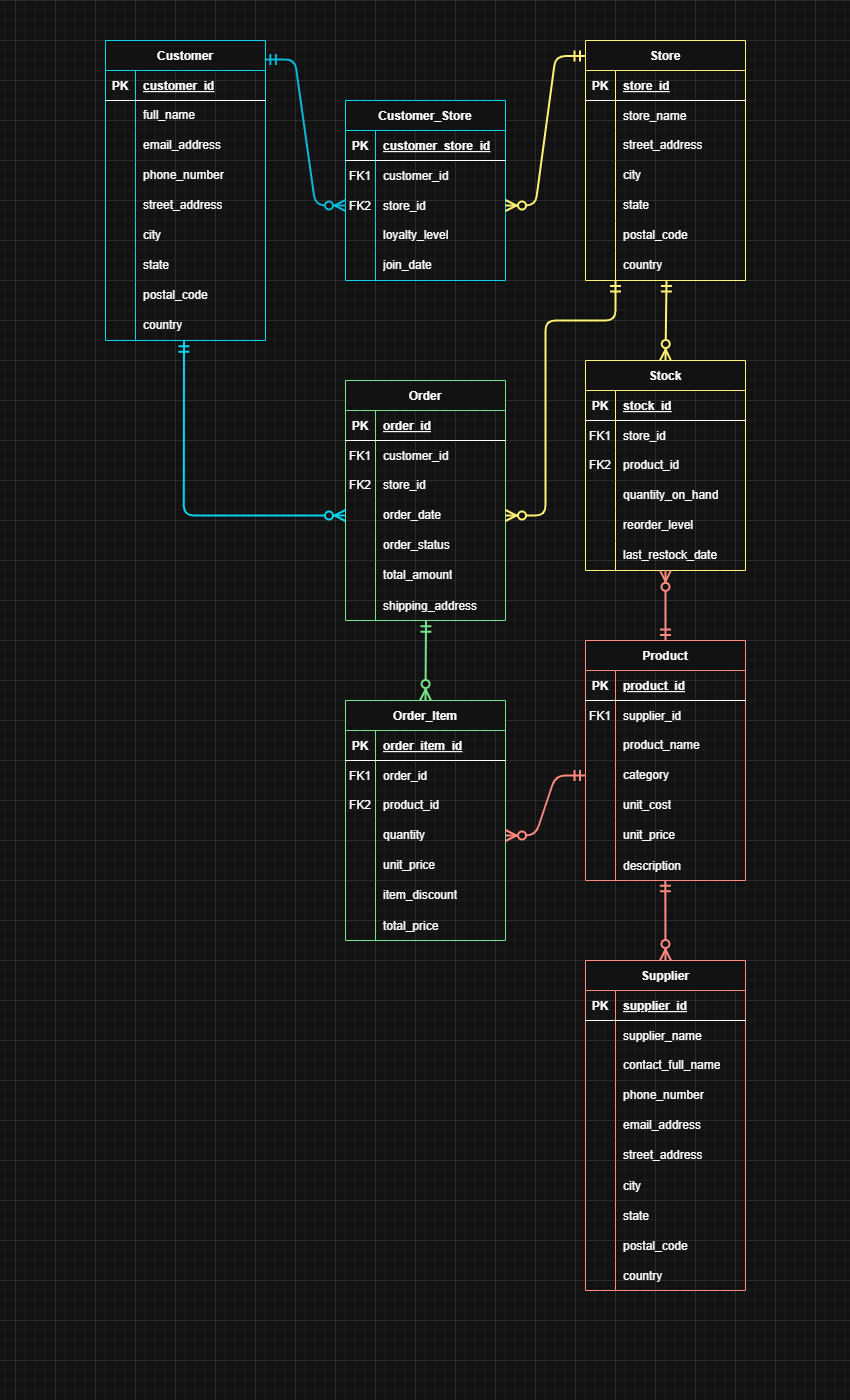
Before: Retail-Insights-Engine/02-Design/Retail_Insights_Engine_ERD.png, a diagram exported from draw.io (thandontsizi/Full-Stack-Projects). Source tidied: cells renumbered, new cells last; positions are measured from the earlier drawing's top-left corner, leaving out a move shared by most shapes.
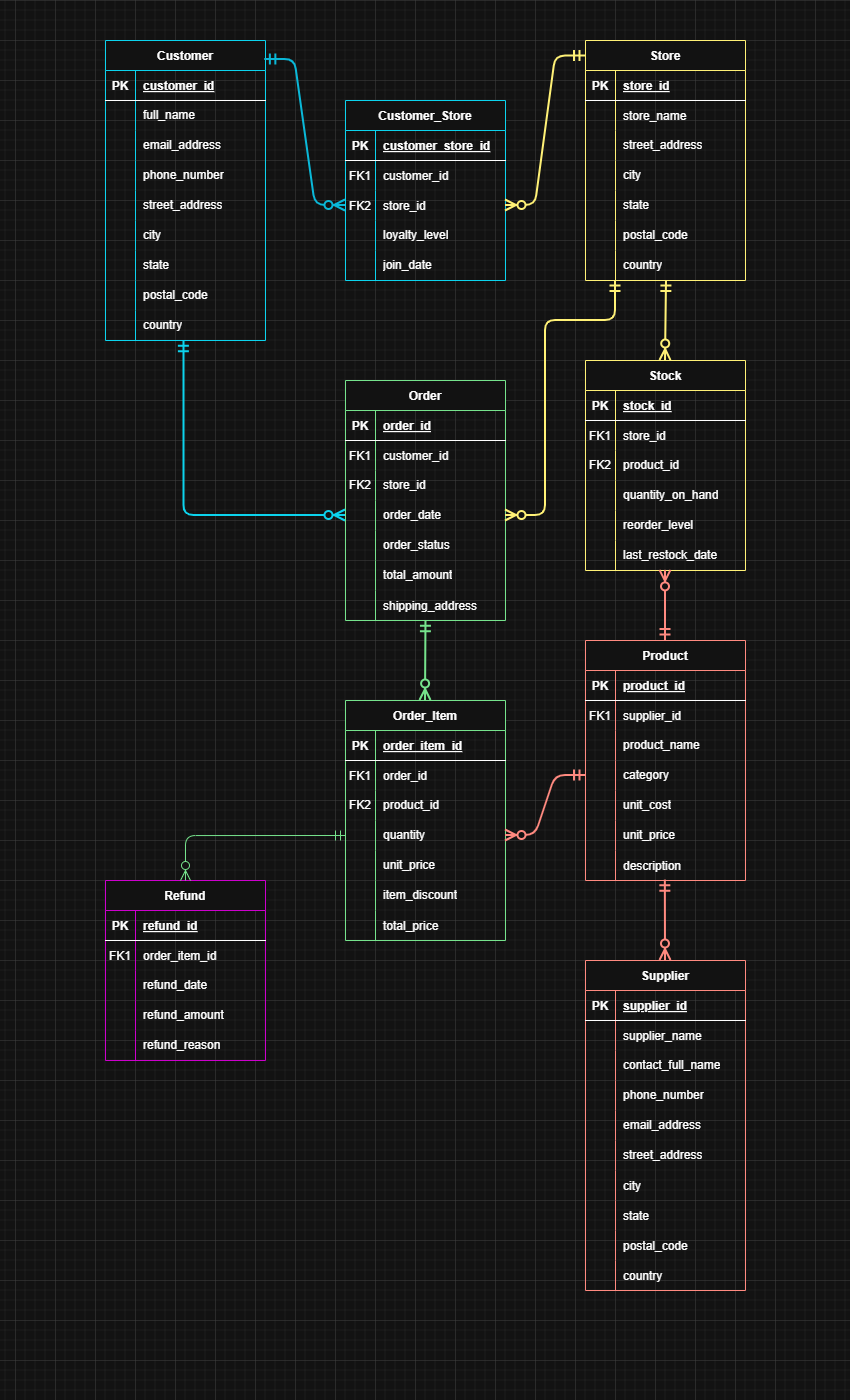
Later version of the same file.

Commit message:
Update Retail Insights Engine ERD.

Diff of the diagram source:
```diff
@@ -591,5 +591,56 @@
     <mxCell id="193" style="edgeStyle=entityRelationEdgeStyle;curved=0;rounded=1;jettySize=auto;html=1;exitX=0;exitY=0.5;exitDx=0;exitDy=0;entryX=1;entryY=0.5;entryDx=0;entryDy=0;fontSize=12;startSize=8;endSize=8;endArrow=ERzeroToMany;startArrow=ERmandOne;strokeColor=light-dark(#000000,#FF8A80);strokeWidth=2;" parent="1" edge="1" source="114" target="50">
       <mxGeometry relative="1" as="geometry" />
     </mxCell>
+    <mxCell id="194" value="Refund" style="shape=table;startSize=30;rowLines=0;fontStyle=1;align=center;strokeColor=light-dark(#000000,#CC00CC);" parent="1" vertex="1">
+      <mxGeometry y="840" width="160" height="180" as="geometry" />
+    </mxCell>
+    <mxCell id="195" style="shape=partialRectangle;fillColor=none;top=0;left=0;right=0;bottom=1;" parent="194" vertex="1">
+      <mxGeometry y="30" width="160" height="30" as="geometry" />
+    </mxCell>
+    <mxCell id="196" value="PK" style="shape=partialRectangle;overflow=hidden;fillColor=none;top=0;left=0;bottom=0;right=0;fontStyle=1;" parent="195" vertex="1">
+      <mxGeometry width="30" height="30" as="geometry" />
+    </mxCell>
+    <mxCell id="197" value="refund_id" style="shape=partialRectangle;overflow=hidden;fillColor=none;top=0;left=0;bottom=0;right=0;align=left;spacingLeft=6;fontStyle=5;" parent="195" vertex="1">
+      <mxGeometry x="30" width="130" height="30" as="geometry" />
+    </mxCell>
+    <mxCell id="198" style="shape=partialRectangle;fillColor=none;top=0;left=0;right=0;bottom=0;" parent="194" vertex="1">
+      <mxGeometry y="60" width="160" height="30" as="geometry" />
+    </mxCell>
+    <mxCell id="199" value="FK1" style="shape=partialRectangle;overflow=hidden;fillColor=none;top=0;left=0;bottom=0;right=0;" parent="198" vertex="1">
+      <mxGeometry width="30" height="30" as="geometry" />
+    </mxCell>
+    <mxCell id="200" value="order_item_id" style="shape=partialRectangle;overflow=hidden;fillColor=none;top=0;left=0;bottom=0;right=0;align=left;spacingLeft=6;" parent="198" vertex="1">
+      <mxGeometry x="30" width="130" height="30" as="geometry" />
+    </mxCell>
+    <mxCell id="201" style="shape=tableRow;horizontal=0;startSize=0;swimlaneHead=0;swimlaneBody=0;strokeColor=inherit;top=0;left=0;bottom=0;right=0;fillColor=none;fixedHeader=1;" parent="194" vertex="1">
+      <mxGeometry y="90" width="160" height="30" as="geometry" />
+    </mxCell>
+    <mxCell id="202" style="shape=partialRectangle;html=1;whiteSpace=wrap;strokeColor=inherit;overflow=hidden;fillColor=none;top=0;left=0;bottom=0;right=0;" parent="201" vertex="1">
+      <mxGeometry width="30" height="30" as="geometry" />
+    </mxCell>
+    <mxCell id="203" value="refund_date" style="shape=partialRectangle;whiteSpace=wrap;strokeColor=inherit;overflow=hidden;fillColor=none;top=0;left=0;bottom=0;right=0;align=left;spacingLeft=6;" parent="201" vertex="1">
+      <mxGeometry x="30" width="130" height="30" as="geometry" />
+    </mxCell>
+    <mxCell id="204" style="shape=tableRow;horizontal=0;startSize=0;swimlaneHead=0;swimlaneBody=0;strokeColor=inherit;top=0;left=0;bottom=0;right=0;fillColor=none;fixedHeader=1;" parent="194" vertex="1">
+      <mxGeometry y="120" width="160" height="30" as="geometry" />
+    </mxCell>
+    <mxCell id="205" style="shape=partialRectangle;html=1;whiteSpace=wrap;strokeColor=inherit;overflow=hidden;fillColor=none;top=0;left=0;bottom=0;right=0;" parent="204" vertex="1">
+      <mxGeometry width="30" height="30" as="geometry" />
+    </mxCell>
+    <mxCell id="206" value="refund_amount" style="shape=partialRectangle;whiteSpace=wrap;strokeColor=inherit;overflow=hidden;fillColor=none;top=0;left=0;bottom=0;right=0;align=left;spacingLeft=6;" parent="204" vertex="1">
+      <mxGeometry x="30" width="130" height="30" as="geometry" />
+    </mxCell>
+    <mxCell id="207" style="shape=tableRow;horizontal=0;startSize=0;swimlaneHead=0;swimlaneBody=0;strokeColor=inherit;top=0;left=0;bottom=0;right=0;fillColor=none;fixedHeader=1;" parent="194" vertex="1">
+      <mxGeometry y="150" width="160" height="30" as="geometry" />
+    </mxCell>
+    <mxCell id="208" style="shape=partialRectangle;html=1;whiteSpace=wrap;strokeColor=inherit;overflow=hidden;fillColor=none;top=0;left=0;bottom=0;right=0;" parent="207" vertex="1">
+      <mxGeometry width="30" height="30" as="geometry" />
+    </mxCell>
+    <mxCell id="209" value="refund_reason" style="shape=partialRectangle;whiteSpace=wrap;strokeColor=inherit;overflow=hidden;fillColor=none;top=0;left=0;bottom=0;right=0;align=left;spacingLeft=6;" parent="207" vertex="1">
+      <mxGeometry x="30" width="130" height="30" as="geometry" />
+    </mxCell>
+    <mxCell id="210" style="edgeStyle=orthogonalEdgeStyle;rounded=1;jettySize=auto;html=1;exitX=0;exitY=0.5;exitDx=0;exitDy=0;entryX=0.5;entryY=0;entryDx=0;entryDy=0;fontSize=12;startSize=8;endSize=8;endArrow=ERzeroToMany;startArrow=ERmandOne;strokeColor=light-dark(#000000,#76E38C);" parent="1" edge="1" source="50" target="194">
+      <mxGeometry relative="1" as="geometry" />
+    </mxCell>
   </root>
 </mxGraphModel>
```
